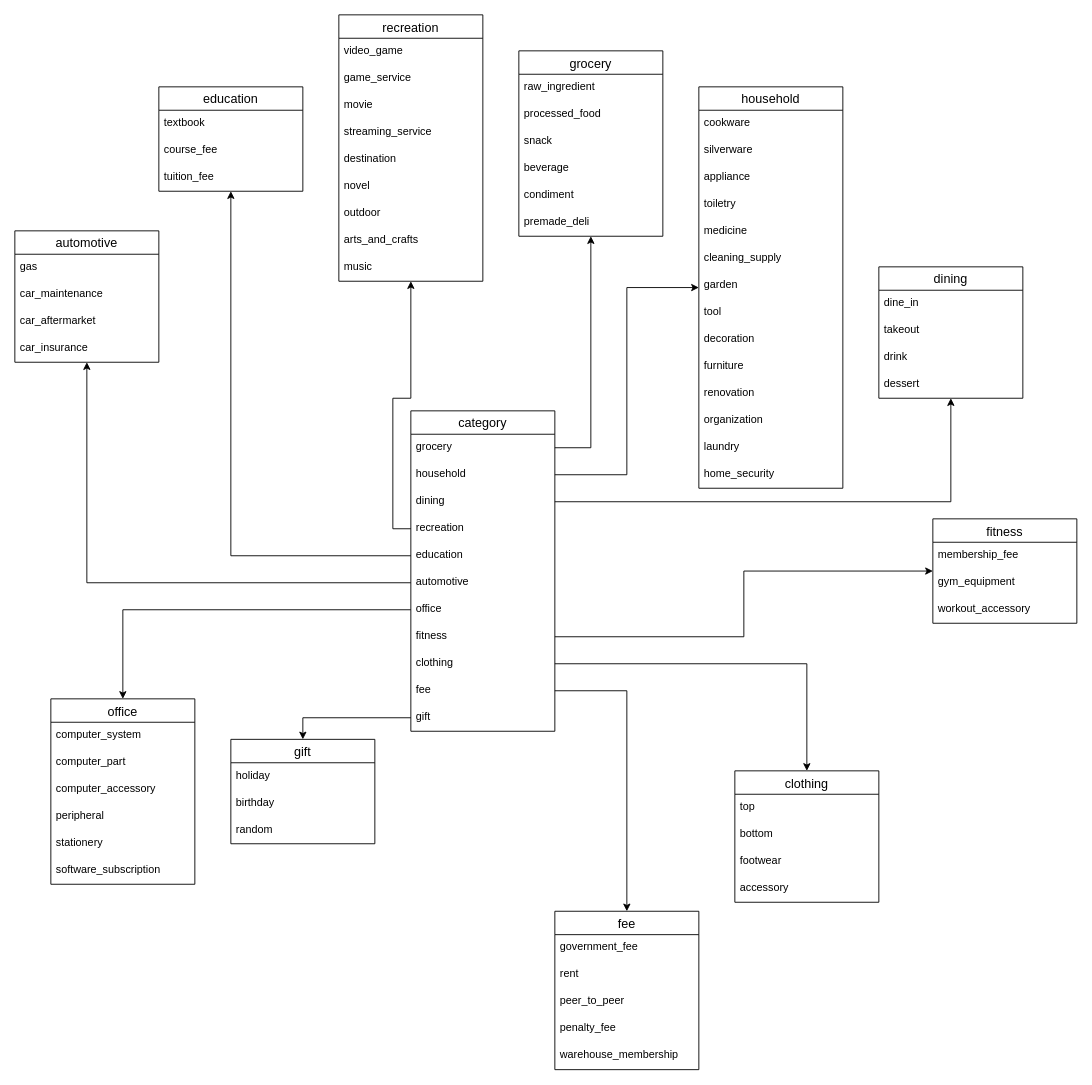
The draw.io diagram diagram/category-subcategory-relation.drawio in fatteryacid/penny, before the edit. Source tidied: cells renumbered, new cells numbered last; positions are measured from the earlier drawing's top-left corner, leaving out a move shared by most shapes. Both pictures are drawn from the tidied source at 90%, with x=0, y=0 at pixel (14, 14).
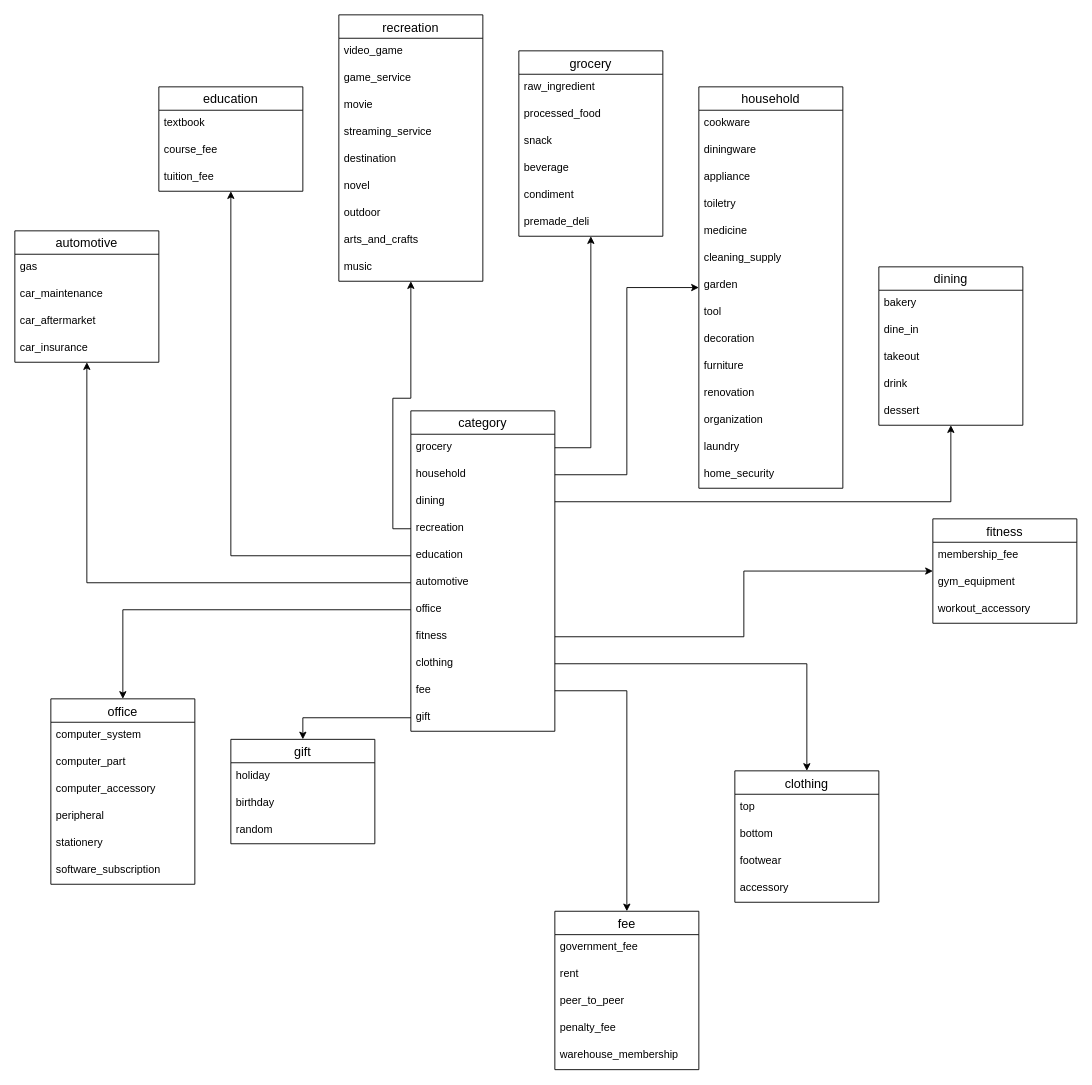
Above is the later version.

Commit message (it also covers changes not shown here):
Update category-subcategory relationship diagrams

The change refers to these unchanged cells:
```xml
<mxCell id="21" value="household" style="swimlane;fontStyle=0;horizontal=1;startSize=26;align=center;fontSize=14;" parent="1" vertex="1">
  <mxGeometry x="760" y="80" width="160" height="446" as="geometry" />
</mxCell>
```

Diff of the diagram source:
```diff
@@
-    <mxCell id="23" value="silverware" style="text;strokeColor=none;fillColor=none;spacingLeft=4;spacingRight=4;overflow=hidden;fontSize=12;" parent="21" vertex="1">
+    <mxCell id="23" value="diningware" style="text;strokeColor=none;fillColor=none;spacingLeft=4;spacingRight=4;overflow=hidden;fontSize=12;" parent="21" vertex="1">
       <mxGeometry y="56" width="160" height="30" as="geometry" />
     </mxCell>
@@
     <mxCell id="38" value="dining" style="swimlane;fontStyle=0;horizontal=1;startSize=26;align=center;fontSize=14;" parent="1" vertex="1">
-      <mxGeometry x="960" y="280" width="160" height="146" as="geometry" />
+      <mxGeometry x="960" y="280" width="160" height="176" as="geometry" />
     </mxCell>
+    <mxCell id="97" value="bakery" style="text;strokeColor=none;fillColor=none;spacingLeft=4;spacingRight=4;overflow=hidden;fontSize=12;" parent="38" vertex="1">
+      <mxGeometry y="26" width="160" height="30" as="geometry" />
+    </mxCell>
     <mxCell id="39" value="dine_in" style="text;strokeColor=none;fillColor=none;spacingLeft=4;spacingRight=4;overflow=hidden;fontSize=12;" parent="38" vertex="1">
-      <mxGeometry y="26" width="160" height="30" as="geometry" />
+      <mxGeometry y="56" width="160" height="30" as="geometry" />
     </mxCell>
     <mxCell id="40" value="takeout" style="text;strokeColor=none;fillColor=none;spacingLeft=4;spacingRight=4;overflow=hidden;fontSize=12;" parent="38" vertex="1">
-      <mxGeometry y="56" width="160" height="30" as="geometry" />
+      <mxGeometry y="86" width="160" height="30" as="geometry" />
     </mxCell>
     <mxCell id="41" value="drink" style="text;strokeColor=none;fillColor=none;spacingLeft=4;spacingRight=4;overflow=hidden;fontSize=12;" parent="38" vertex="1">
-      <mxGeometry y="86" width="160" height="30" as="geometry" />
+      <mxGeometry y="116" width="160" height="30" as="geometry" />
     </mxCell>
     <mxCell id="42" value="dessert" style="text;strokeColor=none;fillColor=none;spacingLeft=4;spacingRight=4;overflow=hidden;fontSize=12;" parent="38" vertex="1">
-      <mxGeometry y="116" width="160" height="30" as="geometry" />
+      <mxGeometry y="146" width="160" height="30" as="geometry" />
     </mxCell>
```
